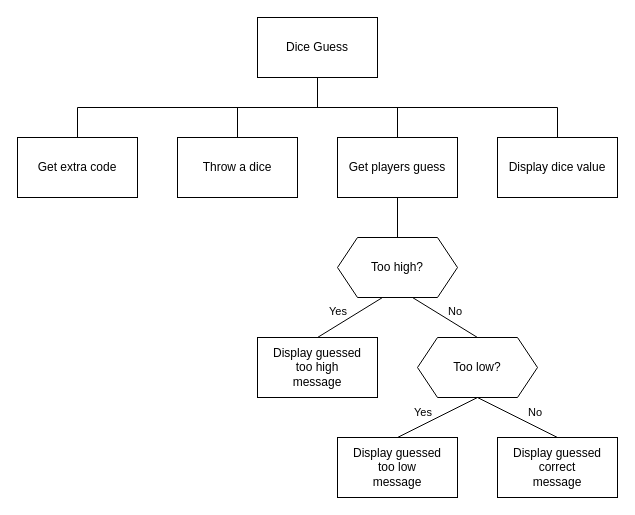
This is n5-cs/sdd/N5-SDD-Dice-Game/assets/N5 SDD Dice.drawio from MrFriendCS/MrFriendCS.github.io, a draw.io file, before an edit. Source tidied: cells renumbered, new cells numbered last; positions are measured from the earlier drawing's top-left corner, leaving out a move shared by most shapes. Both pictures are drawn from the tidied source at 100%, with x=0, y=0 at pixel (17, 17).
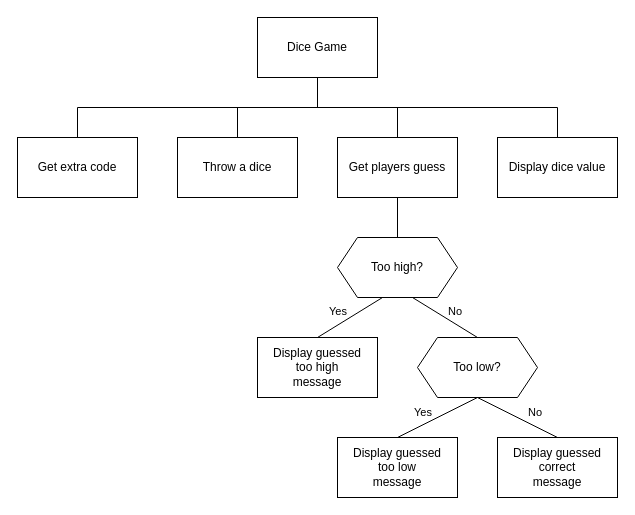
The same page after the edit.

What changed in the source:
```diff
@@
-    <mxCell id="3" value="Dice Guess" style="rounded=0;whiteSpace=wrap;html=1;fillColor=none;" parent="1" vertex="1">
+    <mxCell id="3" value="Dice Game" style="rounded=0;whiteSpace=wrap;html=1;fillColor=none;" parent="1" vertex="1">
       <mxGeometry x="240" width="120" height="60" as="geometry" />
     </mxCell>
```
